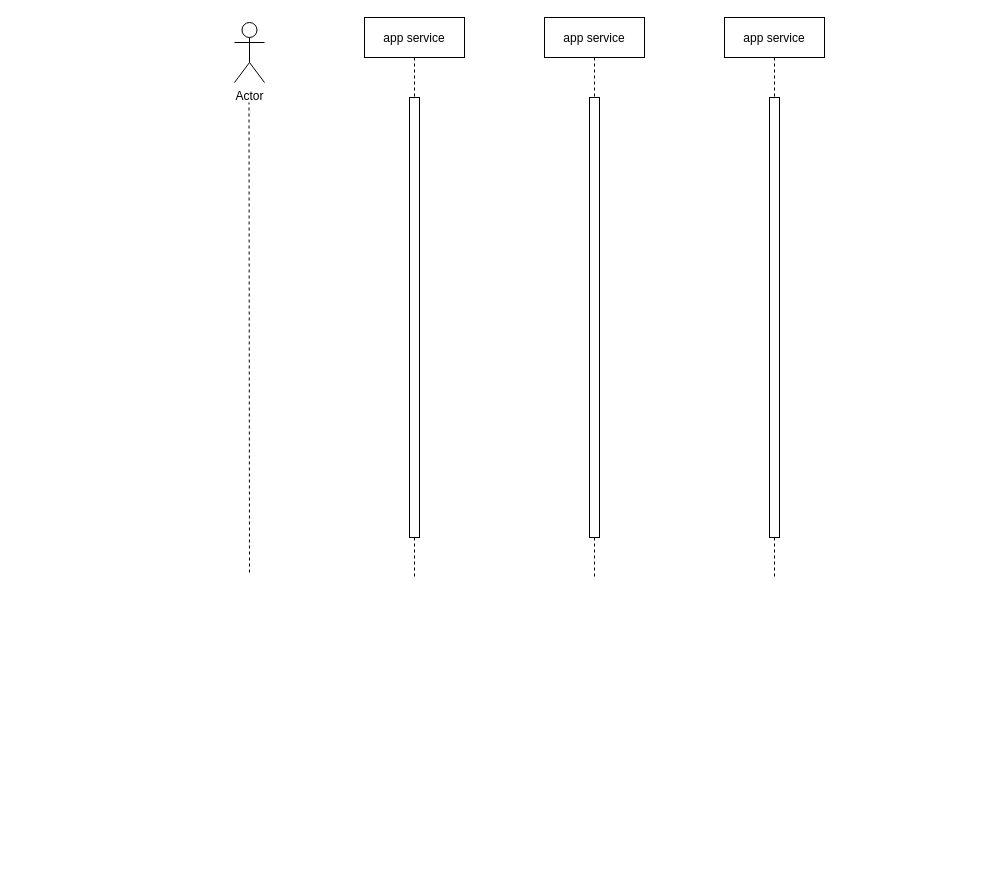
Earlier version of the draw.io diagram paas-app-distribute.drawio (chenkangzeng/appstreaming). Source tidied: cells renumbered, new cells numbered last; positions are measured from the earlier drawing's top-left corner, leaving out a move shared by most shapes. Both pictures are drawn from the tidied source at 100%, with x=0, y=0 at pixel (234, 17).
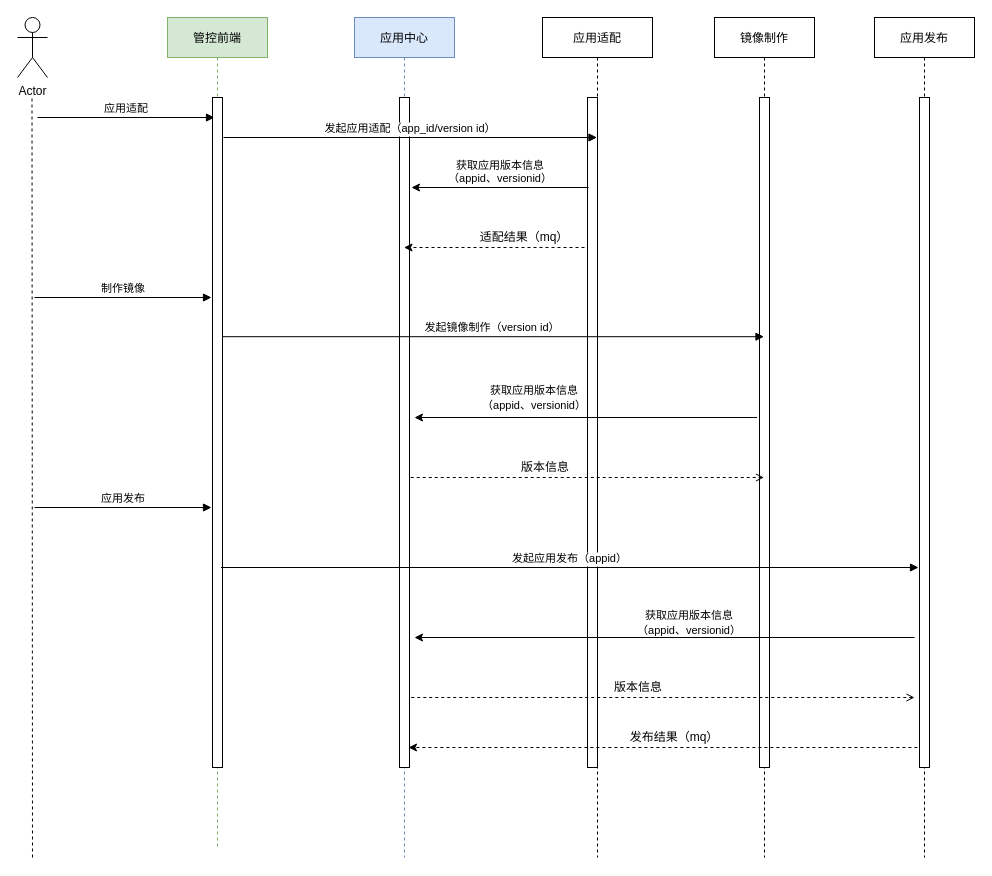
After the change.

Diff of the diagram source:
```diff
@@
-    <mxCell id="2" value="app service" style="shape=umlLifeline;perimeter=lifelinePerimeter;rounded=0;shadow=0;strokeWidth=1;" parent="1" vertex="1">
-      <mxGeometry x="130" width="100" height="560" as="geometry" />
+    <mxCell id="2" value="应用中心" style="shape=umlLifeline;perimeter=lifelinePerimeter;rounded=0;shadow=0;strokeWidth=1;fillColor=#dae8fc;strokeColor=#6c8ebf;" parent="1" vertex="1">
+      <mxGeometry x="120" width="100" height="840" as="geometry" />
     </mxCell>
     <mxCell id="3" style="perimeter=orthogonalPerimeter;rounded=0;shadow=0;strokeWidth=1;" parent="2" vertex="1">
-      <mxGeometry x="45" y="80" width="10" height="440" as="geometry" />
+      <mxGeometry x="45" y="80" width="10" height="670" as="geometry" />
     </mxCell>
     <mxCell id="4" value="Actor" style="shape=umlActor;verticalLabelPosition=bottom;verticalAlign=top;html=1;" parent="1" vertex="1">
-      <mxGeometry y="5" width="30" height="60" as="geometry" />
+      <mxGeometry x="-217" width="30" height="60" as="geometry" />
     </mxCell>
     <mxCell id="5" style="endArrow=none;dashed=1;html=1;" parent="1" edge="1">
       <mxGeometry relative="1" as="geometry">
-        <mxPoint x="15" y="555" as="sourcePoint" />
-        <mxPoint x="14.5" y="85" as="targetPoint" />
+        <mxPoint x="-202" y="840" as="sourcePoint" />
+        <mxPoint x="-202.5" y="80" as="targetPoint" />
       </mxGeometry>
     </mxCell>
-    <mxCell id="6" value="app service" style="shape=umlLifeline;perimeter=lifelinePerimeter;rounded=0;shadow=0;strokeWidth=1;" parent="1" vertex="1">
-      <mxGeometry x="310" width="100" height="560" as="geometry" />
+    <mxCell id="6" value="应用适配" style="shape=umlLifeline;perimeter=lifelinePerimeter;rounded=0;shadow=0;strokeWidth=1;" parent="1" vertex="1">
+      <mxGeometry x="308" width="110" height="840" as="geometry" />
     </mxCell>
     <mxCell id="7" style="perimeter=orthogonalPerimeter;rounded=0;shadow=0;strokeWidth=1;" parent="6" vertex="1">
-      <mxGeometry x="45" y="80" width="10" height="440" as="geometry" />
+      <mxGeometry x="45" y="80" width="10" height="670" as="geometry" />
     </mxCell>
-    <mxCell id="8" value="app service" style="shape=umlLifeline;perimeter=lifelinePerimeter;rounded=0;shadow=0;strokeWidth=1;" parent="1" vertex="1">
-      <mxGeometry x="490" width="100" height="560" as="geometry" />
-    </mxCell>
-    <mxCell id="9" style="perimeter=orthogonalPerimeter;rounded=0;shadow=0;strokeWidth=1;" parent="8" vertex="1">
-      <mxGeometry x="45" y="80" width="10" height="440" as="geometry" />
-    </mxCell>
+    <mxCell id="10" value="镜像制作" style="shape=umlLifeline;perimeter=lifelinePerimeter;rounded=0;shadow=0;strokeWidth=1;" parent="1" vertex="1">
+      <mxGeometry x="480" width="100" height="840" as="geometry" />
+    </mxCell>
+    <mxCell id="11" style="perimeter=orthogonalPerimeter;rounded=0;shadow=0;strokeWidth=1;" parent="10" vertex="1">
+      <mxGeometry x="45" y="80" width="10" height="670" as="geometry" />
+    </mxCell>
+    <mxCell id="12" value="应用适配" style="verticalAlign=bottom;endArrow=block;shadow=0;strokeWidth=1;" parent="1" edge="1">
+      <mxGeometry relative="1" as="geometry">
+        <mxPoint x="-197" y="100" as="sourcePoint" />
+        <mxPoint x="-20" y="100" as="targetPoint" />
+      </mxGeometry>
+    </mxCell>
+    <mxCell id="13" style="endArrow=classic;html=1;dashed=1;startArrow=none;startFill=0;" parent="1" edge="1" target="2">
+      <mxGeometry relative="1" as="geometry">
+        <mxPoint x="350" y="230" as="sourcePoint" />
+      </mxGeometry>
+    </mxCell>
+    <mxCell id="14" value="适配结果（mq）" style="text;html=1;strokeColor=none;fillColor=none;align=center;verticalAlign=middle;whiteSpace=wrap;rounded=0;" parent="1" vertex="1">
+      <mxGeometry x="240" y="210" width="100" height="20" as="geometry" />
+    </mxCell>
+    <mxCell id="15" value="发起镜像制作（version id）" style="verticalAlign=bottom;endArrow=block;shadow=0;strokeWidth=1;exitX=0.9;exitY=0.357;exitDx=0;exitDy=0;exitPerimeter=0;" parent="1" edge="1" source="17" target="10">
+      <mxGeometry relative="1" as="geometry" />
+    </mxCell>
+    <mxCell id="16" value="管控前端" style="shape=umlLifeline;perimeter=lifelinePerimeter;rounded=0;shadow=0;strokeWidth=1;fillColor=#d5e8d4;strokeColor=#82b366;" parent="1" vertex="1">
+      <mxGeometry x="-67" width="100" height="830" as="geometry" />
+    </mxCell>
+    <mxCell id="17" style="points=[];perimeter=orthogonalPerimeter;rounded=0;shadow=0;strokeWidth=1;" parent="16" vertex="1">
+      <mxGeometry x="45" y="80" width="10" height="670" as="geometry" />
+    </mxCell>
+    <mxCell id="18" value="发起应用适配（app_id/version id）" style="verticalAlign=bottom;endArrow=block;shadow=0;strokeWidth=1;" parent="1" edge="1" target="6">
+      <mxGeometry relative="1" as="geometry">
+        <mxPoint x="-11" y="120" as="sourcePoint" />
+      </mxGeometry>
+    </mxCell>
+    <mxCell id="19" value="制作镜像" style="verticalAlign=bottom;endArrow=block;shadow=0;strokeWidth=1;" parent="1" edge="1">
+      <mxGeometry relative="1" as="geometry">
+        <mxPoint x="-200" y="280" as="sourcePoint" />
+        <mxPoint x="-23" y="280" as="targetPoint" />
+      </mxGeometry>
+    </mxCell>
+    <mxCell id="20" style="endArrow=classic;html=1;" parent="1" edge="1">
+      <mxGeometry relative="1" as="geometry">
+        <mxPoint x="522.5" y="400" as="sourcePoint" />
+        <mxPoint x="180" y="400" as="targetPoint" />
+      </mxGeometry>
+    </mxCell>
+    <mxCell id="21" style="endArrow=none;html=1;dashed=1;startArrow=open;startFill=0;endFill=0;" parent="1" edge="1" source="10">
+      <mxGeometry relative="1" as="geometry">
+        <mxPoint x="174.8" y="460" as="targetPoint" />
+      </mxGeometry>
+    </mxCell>
+    <mxCell id="22" value="版本信息" style="text;html=1;strokeColor=none;fillColor=none;align=center;verticalAlign=middle;whiteSpace=wrap;rounded=0;" parent="1" vertex="1">
+      <mxGeometry x="280" y="440" width="62" height="20" as="geometry" />
+    </mxCell>
+    <mxCell id="23" value="应用发布" style="verticalAlign=bottom;endArrow=block;shadow=0;strokeWidth=1;" parent="1" edge="1">
+      <mxGeometry relative="1" as="geometry">
+        <mxPoint x="-200" y="490" as="sourcePoint" />
+        <mxPoint x="-23" y="490" as="targetPoint" />
+      </mxGeometry>
+    </mxCell>
+    <mxCell id="24" value="发起应用发布（appid）" style="verticalAlign=bottom;endArrow=block;shadow=0;strokeWidth=1;" parent="1" edge="1">
+      <mxGeometry relative="1" as="geometry">
+        <mxPoint x="-13.5" y="550" as="sourcePoint" />
+        <mxPoint x="684" y="550" as="targetPoint" />
+      </mxGeometry>
+    </mxCell>
+    <mxCell id="25" value="应用发布" style="shape=umlLifeline;perimeter=lifelinePerimeter;rounded=0;shadow=0;strokeWidth=1;" parent="1" vertex="1">
+      <mxGeometry x="640" width="100" height="840" as="geometry" />
+    </mxCell>
+    <mxCell id="26" style="perimeter=orthogonalPerimeter;rounded=0;shadow=0;strokeWidth=1;" parent="25" vertex="1">
+      <mxGeometry x="45" y="80" width="10" height="670" as="geometry" />
+    </mxCell>
+    <mxCell id="27" style="endArrow=classic;html=1;dashed=1;startArrow=none;startFill=0;endFill=1;" parent="1" edge="1">
+      <mxGeometry relative="1" as="geometry">
+        <mxPoint x="682.9" y="730" as="sourcePoint" />
+        <mxPoint x="174" y="730" as="targetPoint" />
+      </mxGeometry>
+    </mxCell>
+    <mxCell id="28" value="发布结果（mq）" style="text;html=1;strokeColor=none;fillColor=none;align=center;verticalAlign=middle;whiteSpace=wrap;rounded=0;" parent="1" vertex="1">
+      <mxGeometry x="380" y="710" width="120" height="20" as="geometry" />
+    </mxCell>
+    <mxCell id="29" style="endArrow=classic;html=1;" parent="1" edge="1">
+      <mxGeometry relative="1" as="geometry">
+        <mxPoint x="680" y="620" as="sourcePoint" />
+        <mxPoint x="180" y="620" as="targetPoint" />
+      </mxGeometry>
+    </mxCell>
+    <mxCell id="30" value="&lt;span style=&quot;font-size: 11px ; background-color: rgb(255 , 255 , 255)&quot;&gt;获取应用版本信息&lt;/span&gt;&lt;br style=&quot;padding: 0px ; margin: 0px ; font-size: 11px&quot;&gt;&lt;span style=&quot;font-size: 11px ; background-color: rgb(255 , 255 , 255)&quot;&gt;（appid、versionid）&lt;/span&gt;" style="text;html=1;strokeColor=none;fillColor=none;align=center;verticalAlign=middle;whiteSpace=wrap;rounded=0;" parent="1" vertex="1">
+      <mxGeometry x="380" y="600" width="150" height="10" as="geometry" />
+    </mxCell>
+    <mxCell id="31" value="获取应用版本信息&#10;（appid、versionid）" style="verticalAlign=bottom;endArrow=none;shadow=0;strokeWidth=1;startArrow=classic;startFill=1;endFill=0;" parent="1" edge="1">
+      <mxGeometry relative="1" as="geometry">
+        <mxPoint x="177" y="170" as="sourcePoint" />
+        <mxPoint x="354" y="170" as="targetPoint" />
+      </mxGeometry>
+    </mxCell>
+    <mxCell id="32" value="&lt;span style=&quot;font-size: 11px ; background-color: rgb(255 , 255 , 255)&quot;&gt;获取应用版本信息&lt;/span&gt;&lt;br style=&quot;padding: 0px ; margin: 0px ; font-size: 11px&quot;&gt;&lt;span style=&quot;font-size: 11px ; background-color: rgb(255 , 255 , 255)&quot;&gt;（appid、versionid）&lt;/span&gt;" style="text;html=1;strokeColor=none;fillColor=none;align=center;verticalAlign=middle;whiteSpace=wrap;rounded=0;" parent="1" vertex="1">
+      <mxGeometry x="230" y="370" width="140" height="20" as="geometry" />
+    </mxCell>
+    <mxCell id="33" style="endArrow=none;html=1;dashed=1;startArrow=open;startFill=0;endFill=0;" parent="1" edge="1">
+      <mxGeometry relative="1" as="geometry">
+        <mxPoint x="680" y="680" as="sourcePoint" />
+        <mxPoint x="175.2" y="680" as="targetPoint" />
+      </mxGeometry>
+    </mxCell>
+    <mxCell id="34" value="版本信息" style="text;html=1;strokeColor=none;fillColor=none;align=center;verticalAlign=middle;whiteSpace=wrap;rounded=0;" parent="1" vertex="1">
+      <mxGeometry x="373" y="660" width="62" height="20" as="geometry" />
+    </mxCell>
```
